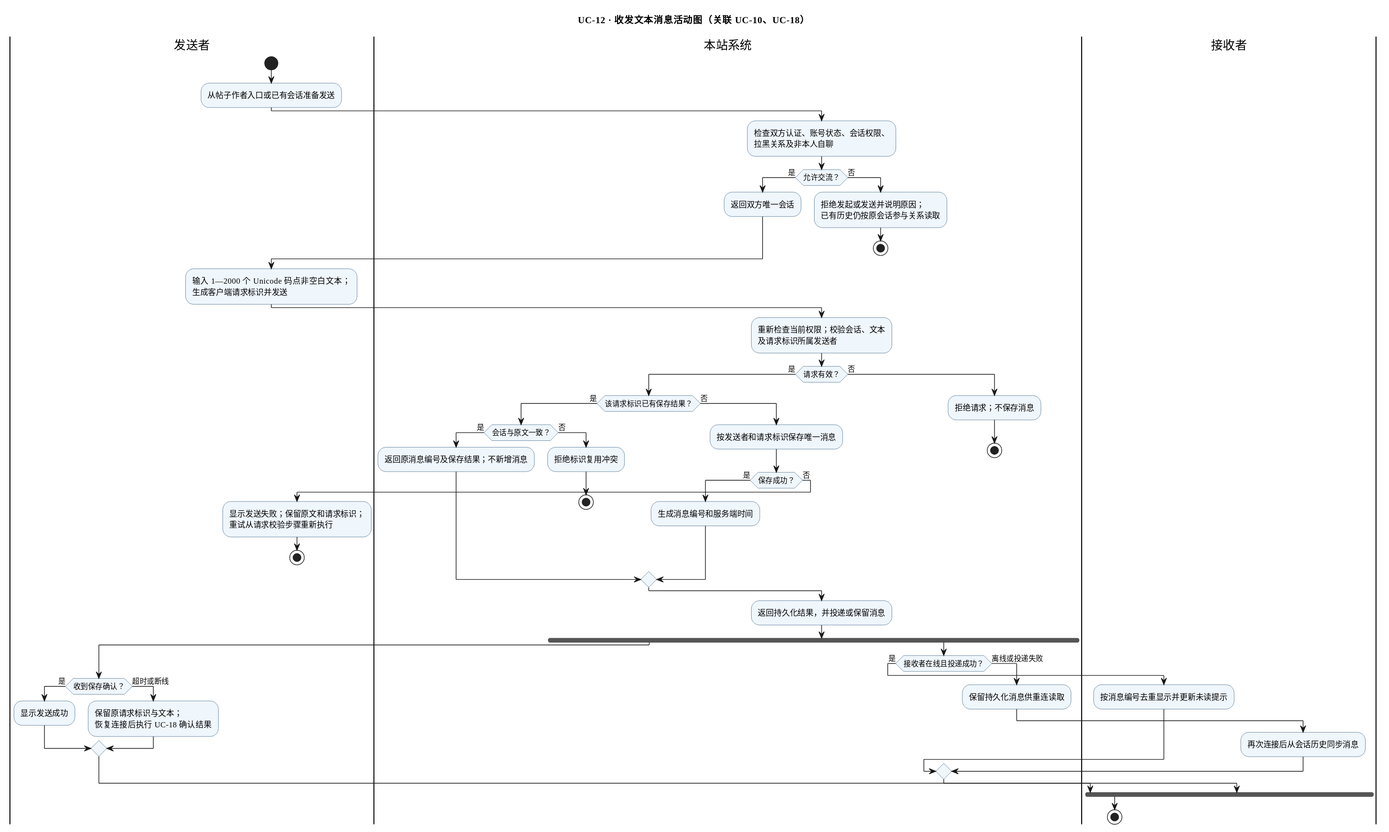
This is models/requirements/activity-messaging.svg from Zqz1022/Software-Engineering-Tongji-Uni-2026, a PlantUML export, as it was before one commit.
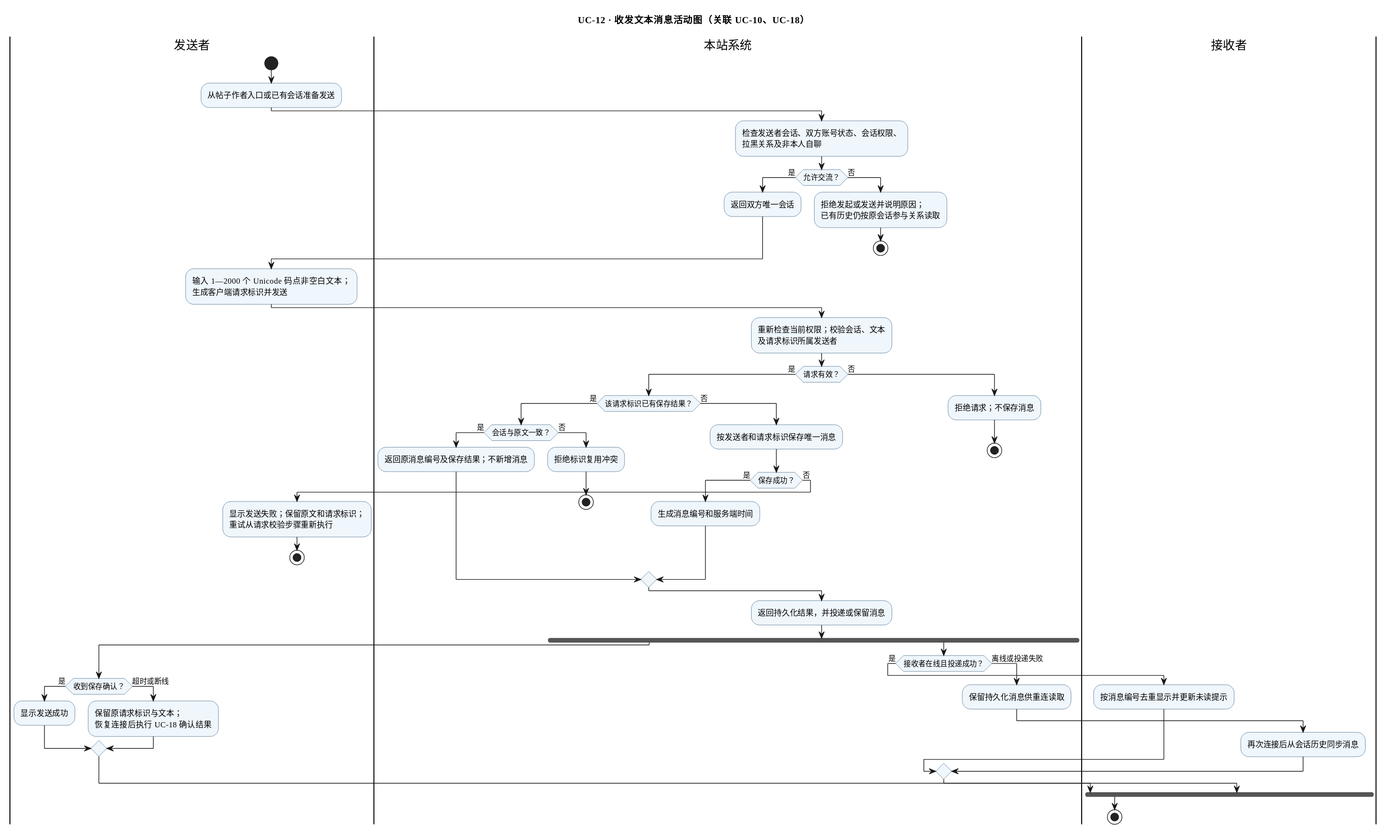
After the change.

Diff of the diagram source:
```diff
@@ -8,7 +8,7 @@
 start
 :从帖子作者入口或已有会话准备发送;
 |本站系统|
-:检查双方认证、账号状态、会话权限、
+:检查发送者会话、双方账号状态、会话权限、
 拉黑关系及非本人自聊;
 if (允许交流？) then (是)
   :返回双方唯一会话;
```
